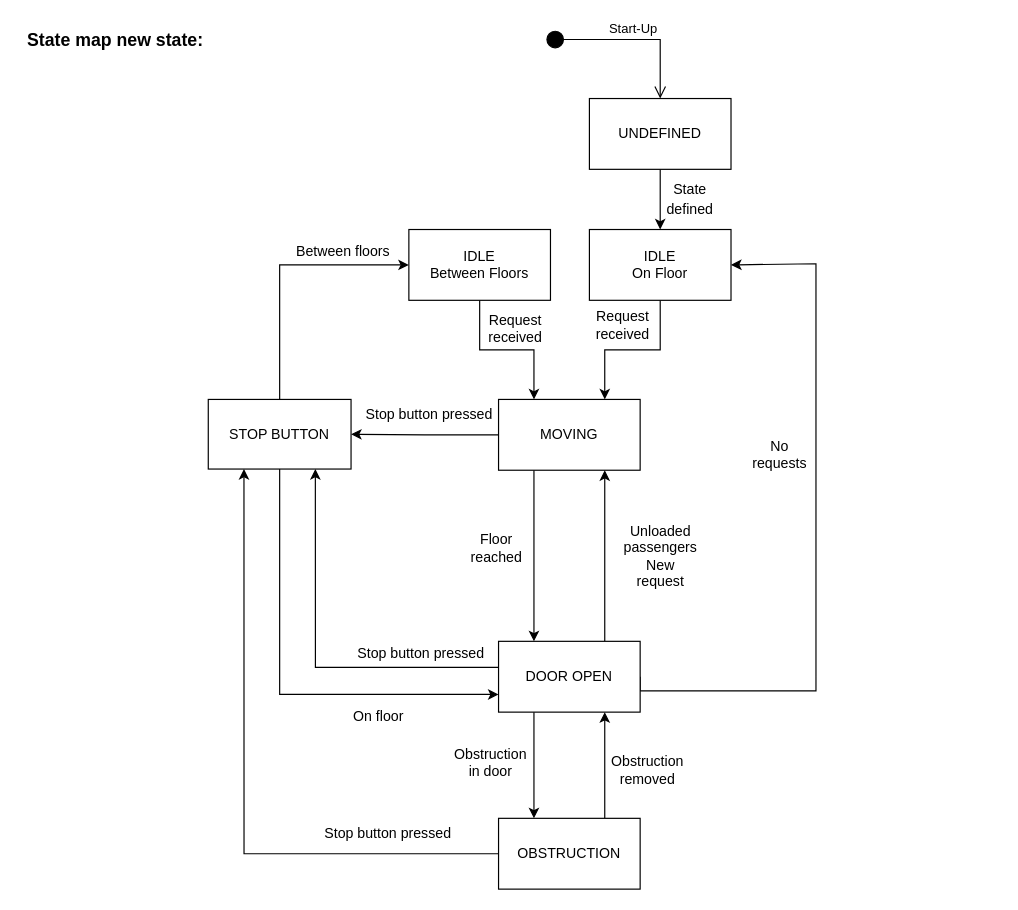
Above: Documentation/State.drawio in alnavski98/TTK4235---Heislab-Gruppe-64- (draw.io), before the change. Source tidied: cells renumbered, new cells numbered last; positions are measured from the earlier drawing's top-left corner, leaving out a move shared by most shapes. Both pictures are drawn from the tidied source at 118%, with x=0, y=0 at pixel (20, 27).
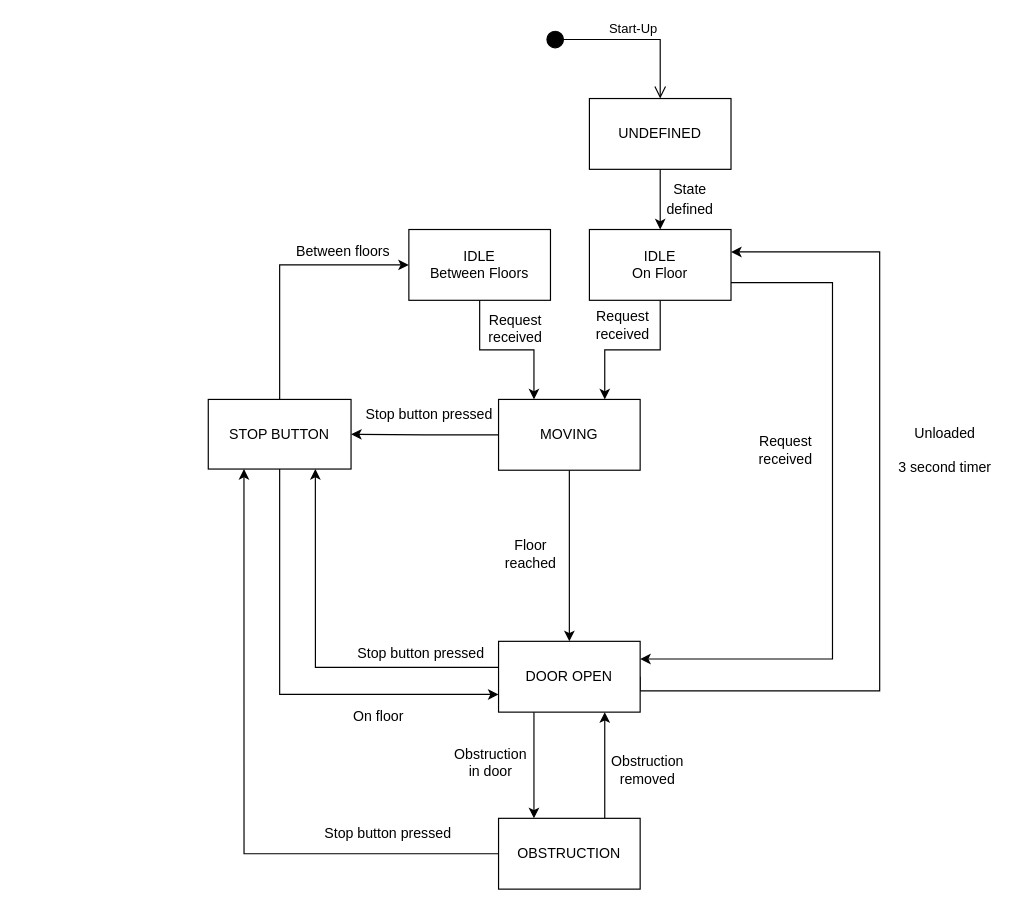
Above is the later version.

The change refers to these unchanged cells:
```xml
<mxCell id="5" value="&lt;div&gt;IDLE&lt;/div&gt;On Floor" style="rounded=0;whiteSpace=wrap;html=1;" parent="1" vertex="1">
  <mxGeometry x="482" y="171" width="120" height="60" as="geometry" />
</mxCell>
<mxCell id="8" value="MOVING" style="rounded=0;whiteSpace=wrap;html=1;" parent="1" vertex="1">
  <mxGeometry x="405" y="315" width="120" height="60" as="geometry" />
</mxCell>
<mxCell id="14" value="DOOR OPEN" style="rounded=0;whiteSpace=wrap;html=1;" parent="1" vertex="1">
  <mxGeometry x="405" y="520" width="120" height="60" as="geometry" />
</mxCell>
```

The edit, as a diff of the source:
```diff
@@
+    <mxCell id="37" style="edgeStyle=orthogonalEdgeStyle;rounded=0;jettySize=auto;html=1;exitX=1;exitY=0.75;exitDx=0;exitDy=0;entryX=1;entryY=0.25;entryDx=0;entryDy=0;" parent="1" edge="1" source="5" target="14">
+      <mxGeometry relative="1" as="geometry">
+        <Array as="points">
+          <mxPoint x="688" y="216" />
+          <mxPoint x="688" y="535" />
+        </Array>
+      </mxGeometry>
+    </mxCell>
@@
-    <mxCell id="6" style="edgeStyle=orthogonalEdgeStyle;rounded=0;jettySize=auto;html=1;exitX=0.25;exitY=1;exitDx=0;exitDy=0;entryX=0.25;entryY=0;entryDx=0;entryDy=0;" parent="1" edge="1" source="8" target="14">
+    <mxCell id="6" style="edgeStyle=orthogonalEdgeStyle;rounded=0;jettySize=auto;html=1;exitX=0.5;exitY=1;exitDx=0;exitDy=0;entryX=0.5;entryY=0;entryDx=0;entryDy=0;" parent="1" edge="1" source="8" target="14">
       <mxGeometry relative="1" as="geometry" />
     </mxCell>
@@
-    <mxCell id="12" style="edgeStyle=orthogonalEdgeStyle;rounded=0;jettySize=auto;html=1;exitX=1;exitY=0.5;exitDx=0;exitDy=0;entryX=1;entryY=0.5;entryDx=0;entryDy=0;fontSize=12;fontColor=#FF0000;" parent="1" edge="1" source="14" target="5">
+    <mxCell id="12" style="edgeStyle=orthogonalEdgeStyle;rounded=0;jettySize=auto;html=1;exitX=1;exitY=0.5;exitDx=0;exitDy=0;entryX=1;entryY=0.317;entryDx=0;entryDy=0;fontSize=12;fontColor=#FF0000;entryPerimeter=0;" parent="1" edge="1" source="14" target="5">
       <mxGeometry relative="1" as="geometry">
         <Array as="points">
-          <mxPoint x="674" y="562" />
-          <mxPoint x="674" y="200" />
+          <mxPoint x="525" y="562" />
+          <mxPoint x="728" y="562" />
+          <mxPoint x="728" y="190" />
         </Array>
       </mxGeometry>
     </mxCell>
-    <mxCell id="13" style="edgeStyle=orthogonalEdgeStyle;rounded=0;jettySize=auto;html=1;exitX=0.75;exitY=0;exitDx=0;exitDy=0;entryX=0.75;entryY=1;entryDx=0;entryDy=0;" parent="1" edge="1" source="14" target="8">
-      <mxGeometry relative="1" as="geometry" />
-    </mxCell>
@@
     <mxCell id="15" value="&lt;div&gt;Floor&lt;/div&gt;&lt;div&gt;reached&lt;br&gt;&lt;/div&gt;" style="text;html=1;align=center;verticalAlign=middle;strokeColor=none;fillColor=none;" parent="1" vertex="1">
-      <mxGeometry x="376" y="425" width="53" height="32" as="geometry" />
+      <mxGeometry x="405" y="430" width="53" height="32" as="geometry" />
     </mxCell>
-    <mxCell id="16" value="Unloaded &lt;br&gt;&lt;div&gt;passengers&lt;/div&gt;&lt;div&gt;New&lt;/div&gt;&lt;div&gt;request&lt;br&gt;&lt;/div&gt;" style="text;html=1;align=center;verticalAlign=middle;strokeColor=none;fillColor=none;" parent="1" vertex="1">
-      <mxGeometry x="506" y="418" width="72" height="60" as="geometry" />
-    </mxCell>
@@
-    <mxCell id="23" value="&lt;font style=&quot;font-size: 15px&quot;&gt;&lt;b&gt;State map new state:&lt;/b&gt;&lt;/font&gt;" style="text;html=1;align=center;verticalAlign=middle;strokeColor=none;fillColor=none;" parent="1" vertex="1">
-      <mxGeometry width="159" height="19" as="geometry" />
-    </mxCell>
@@
-    <mxCell id="31" value="&lt;div&gt;&lt;font color=&quot;#000000&quot;&gt;No &lt;br&gt;&lt;/font&gt;&lt;/div&gt;&lt;div&gt;&lt;font color=&quot;#000000&quot;&gt;requests&lt;/font&gt;&lt;/div&gt;" style="text;html=1;align=center;verticalAlign=middle;strokeColor=none;fillColor=none;fontSize=12;fontColor=#FF0000;rotation=0;" parent="1" vertex="1">
-      <mxGeometry x="615" y="346" width="56" height="32" as="geometry" />
-    </mxCell>
@@
+    <mxCell id="38" value="&lt;div&gt;Request&lt;/div&gt;&lt;div&gt;received&lt;br&gt;&lt;/div&gt;" style="text;html=1;align=center;verticalAlign=middle;strokeColor=none;fillColor=none;" parent="1" vertex="1">
+      <mxGeometry x="618" y="343" width="60" height="30" as="geometry" />
+    </mxCell>
+    <mxCell id="39" value="&lt;div&gt;Unloaded&lt;/div&gt;&lt;div&gt;&lt;br&gt;&lt;/div&gt;&lt;div&gt;3 second timer&lt;br&gt;&lt;/div&gt;" style="text;html=1;align=center;verticalAlign=middle;strokeColor=none;fillColor=none;" parent="1" vertex="1">
+      <mxGeometry x="738" y="333" width="90" height="50" as="geometry" />
+    </mxCell>
```
